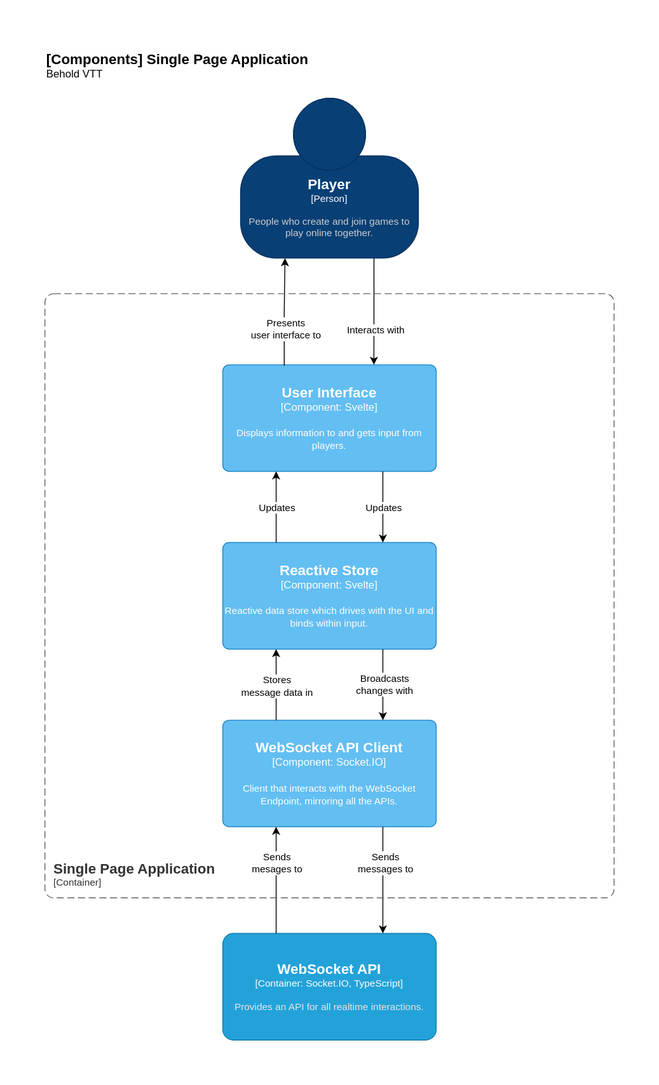
This is doc/images/c4-components-spa.drawio.svg from freeborough/behold, a draw.io export, as it was before one commit. Source tidied: cells renumbered, new cells last; positions are measured from the earlier drawing's top-left corner, leaving out a move shared by most shapes.
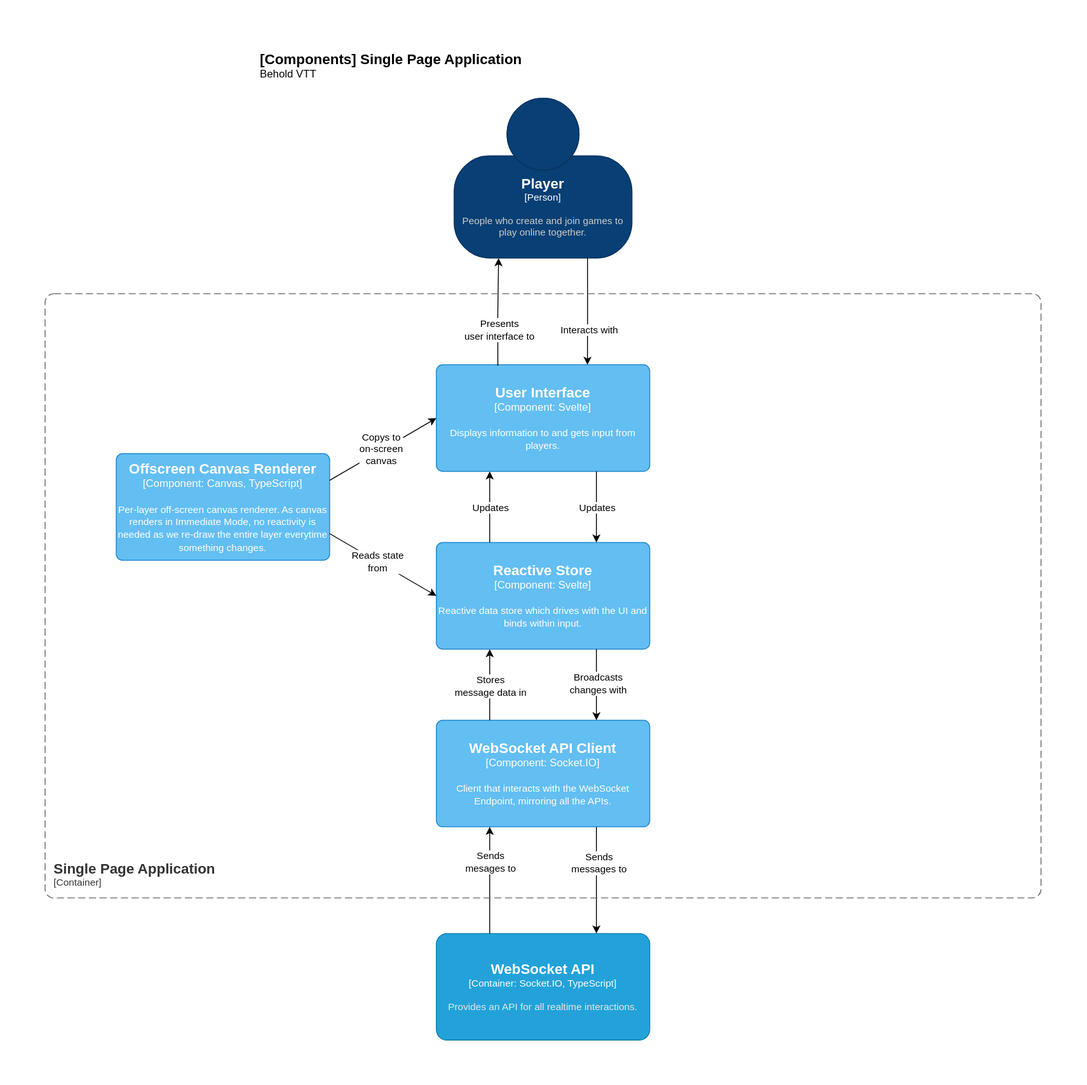
The same diagram one commit later.

Commit message:
Updated the SPA components diagram to use Canvas.

- Added an off-screen canvas renderer component linking to the state and UI.

Although this is an optimisation, it's essentially standard practice.

What changed in the source:
```diff
@@ -92,8 +92,25 @@
     </mxCell>
     <object id="24" label="&lt;font style=&quot;font-size: 16px&quot;&gt;&lt;b&gt;&lt;div style=&quot;text-align: left&quot;&gt;%c4Name%&lt;/div&gt;&lt;/b&gt;&lt;/font&gt;&lt;div style=&quot;text-align: left&quot;&gt;[%c4Application%]&lt;/div&gt;" c4Application="Container" c4Name="Single Page Application" c4Type="ContainerScopeBoundary" placeholders="1">
       <mxCell style="rounded=1;fontSize=11;whiteSpace=wrap;html=1;dashed=1;arcSize=20;fillColor=none;strokeColor=#666666;fontColor=#333333;labelBackgroundColor=none;align=left;verticalAlign=bottom;labelBorderColor=none;spacingTop=0;spacing=10;dashPattern=8 4;perimeter=rectanglePerimeter;noLabel=0;labelPadding=0;absoluteArcSize=1;" parent="1" vertex="1">
-        <mxGeometry y="280" width="640" height="680" as="geometry" />
+        <mxGeometry x="-240" y="280" width="1120" height="680" as="geometry" />
       </mxCell>
     </object>
+    <object id="25" label="&lt;font style=&quot;font-size: 16px&quot;&gt;&lt;b&gt;%c4Name%&lt;/b&gt;&lt;/font&gt;&lt;div&gt;[%c4Type%: %c4Technology%]&lt;/div&gt;&lt;br&gt;&lt;div&gt;&lt;font style=&quot;font-size: 11px&quot;&gt;%c4Description%&lt;/font&gt;&lt;/div&gt;" c4Description="Per-layer off-screen canvas renderer.  As canvas renders in Immediate Mode, no reactivity is needed as we re-draw the entire layer everytime something changes." c4Name="Offscreen Canvas Renderer" c4Technology="Canvas, TypeScript" c4Type="Component" placeholders="1">
+      <mxCell style="rounded=1;whiteSpace=wrap;html=1;labelBackgroundColor=none;fillColor=#63BEF2;fontColor=#ffffff;align=center;arcSize=6;strokeColor=#2086C9;points=[[0.25,0,0],[0.5,0,0],[0.75,0,0],[1,0.25,0],[1,0.5,0],[1,0.75,0],[0.75,1,0],[0.5,1,0],[0.25,1,0],[0,0.75,0],[0,0.5,0],[0,0.25,0]];" parent="1" vertex="1">
+        <mxGeometry x="-160" y="460" width="240" height="120" as="geometry" />
+      </mxCell>
+    </object>
+    <mxCell id="26" style="rounded=0;jettySize=auto;html=1;exitX=1;exitY=0.75;exitDx=0;exitDy=0;exitPerimeter=0;entryX=0;entryY=0.5;entryDx=0;entryDy=0;entryPerimeter=0;" parent="1" edge="1" source="25" target="4">
+      <mxGeometry relative="1" as="geometry" />
+    </mxCell>
+    <mxCell id="27" value="Reads state&lt;br&gt;from" style="edgeLabel;html=1;align=center;verticalAlign=middle;" parent="26" vertex="1">
+      <mxGeometry x="-0.1" relative="1" as="geometry" />
+    </mxCell>
+    <mxCell id="28" style="rounded=0;jettySize=auto;html=1;exitX=1;exitY=0.25;exitDx=0;exitDy=0;exitPerimeter=0;entryX=0;entryY=0.5;entryDx=0;entryDy=0;entryPerimeter=0;" parent="1" edge="1" source="25" target="5">
+      <mxGeometry relative="1" as="geometry" />
+    </mxCell>
+    <mxCell id="29" value="Copys to&lt;br&gt;on-screen&lt;br&gt;canvas" style="edgeLabel;html=1;align=center;verticalAlign=middle;" parent="28" vertex="1">
+      <mxGeometry x="-0.04" y="2" relative="1" as="geometry" />
+    </mxCell>
   </root>
 </mxGraphModel>
```
